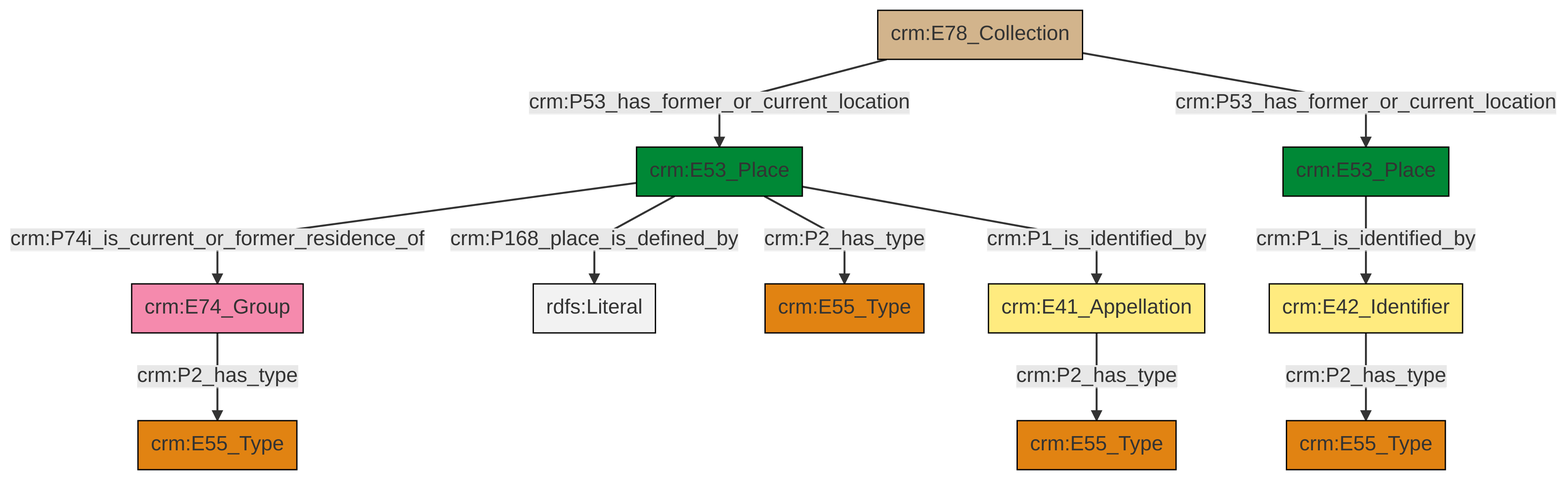
The Mermaid diagram et/archivalCSV/ttl/mmd/png/archival_location.png in swiss-art-research-net/docs.swissartresearch, before a commit. Its source is kept beside it as et/archivalCSV/ttl/mmd/archival_location.ttl.mmd.
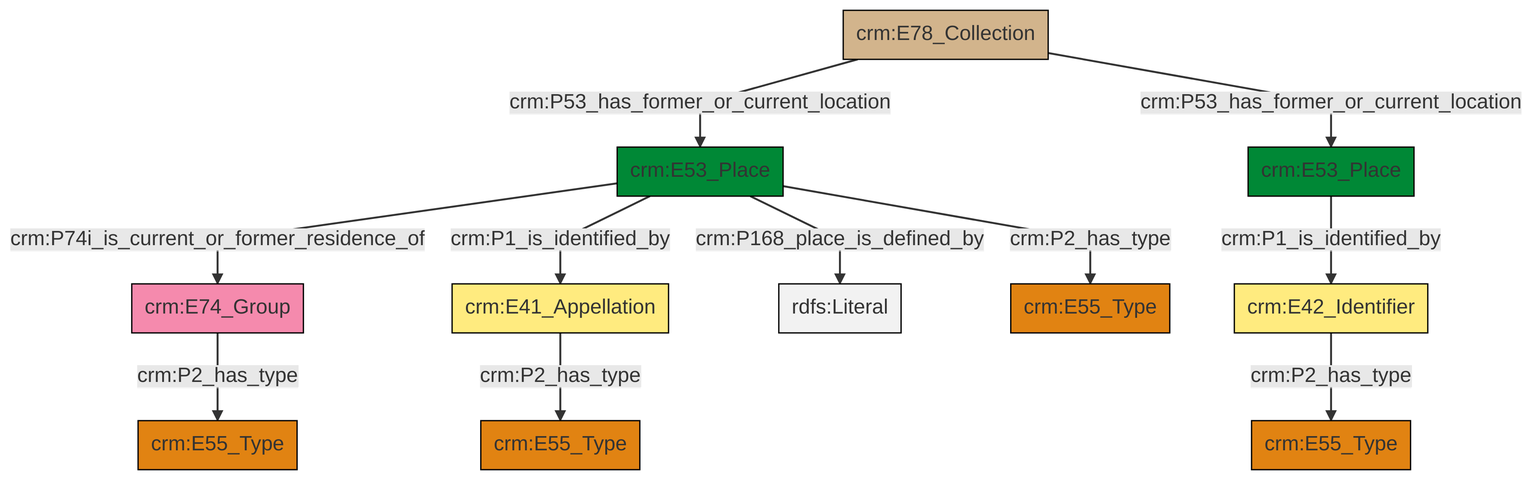
The same diagram one commit later.

The edit, as a diff of the source:
```diff
@@ -13,13 +13,13 @@
 classDef PC_Classes fill:#4ce600, stroke:#000000;
 classDef Multi fill:#cccccc,stroke:#000000;
 
-2["crm:E53_Place"]:::Place -->|crm:P74i_is_current_or_former_residence_of| 3["crm:E74_Group"]:::Actor
-3["crm:E74_Group"]:::Actor -->|crm:P2_has_type| 6["crm:E55_Type"]:::Type
-7["crm:E53_Place"]:::Place -->|crm:P1_is_identified_by| 8["crm:E42_Identifier"]:::Appellation
-2["crm:E53_Place"]:::Place -->|crm:P168_place_is_defined_by| 12[rdfs:Literal]:::Literal
-2["crm:E53_Place"]:::Place -->|crm:P2_has_type| 17["crm:E55_Type"]:::Type
-0["crm:E78_Collection"]:::Physical_Thing -->|crm:P53_has_former_or_current_location| 2["crm:E53_Place"]:::Place
-0["crm:E78_Collection"]:::Physical_Thing -->|crm:P53_has_former_or_current_location| 7["crm:E53_Place"]:::Place
-2["crm:E53_Place"]:::Place -->|crm:P1_is_identified_by| 15["crm:E41_Appellation"]:::Appellation
-15["crm:E41_Appellation"]:::Appellation -->|crm:P2_has_type| 13["crm:E55_Type"]:::Type
-8["crm:E42_Identifier"]:::Appellation -->|crm:P2_has_type| 4["crm:E55_Type"]:::Type
+0["crm:E42_Identifier"]:::Appellation -->|crm:P2_has_type| 1["crm:E55_Type"]:::Type
+3["crm:E53_Place"]:::Place -->|crm:P74i_is_current_or_former_residence_of| 4["crm:E74_Group"]:::Actor
+3["crm:E53_Place"]:::Place -->|crm:P1_is_identified_by| 5["crm:E41_Appellation"]:::Appellation
+8["crm:E78_Collection"]:::Physical_Thing -->|crm:P53_has_former_or_current_location| 3["crm:E53_Place"]:::Place
+3["crm:E53_Place"]:::Place -->|crm:P168_place_is_defined_by| 11[rdfs:Literal]:::Literal
+3["crm:E53_Place"]:::Place -->|crm:P2_has_type| 9["crm:E55_Type"]:::Type
+8["crm:E78_Collection"]:::Physical_Thing -->|crm:P53_has_former_or_current_location| 6["crm:E53_Place"]:::Place
+6["crm:E53_Place"]:::Place -->|crm:P1_is_identified_by| 0["crm:E42_Identifier"]:::Appellation
+4["crm:E74_Group"]:::Actor -->|crm:P2_has_type| 15["crm:E55_Type"]:::Type
+5["crm:E41_Appellation"]:::Appellation -->|crm:P2_has_type| 20["crm:E55_Type"]:::Type
```
